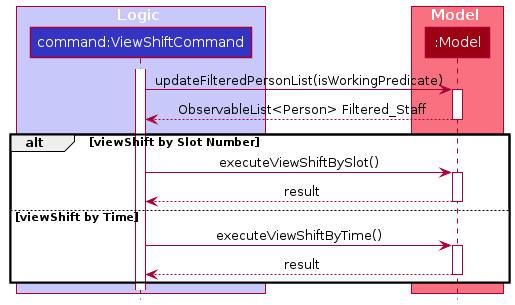
The PlantUML diagram docs/images/viewShiftCommand/ViewShiftCommandExecutionSequenceDiagram.png in nus-cs2103-AY2122S1/tp, before a commit. The source it was exported from:
```plantuml
@startuml
!include style.puml

box Logic LOGIC_COLOR_T1

participant "command:ViewShiftCommand" as ViewShiftCommand LOGIC_COLOR

end box

box Model MODEL_COLOR_T1
participant ":Model" as Model MODEL_COLOR
end box


activate ViewShiftCommand


ViewShiftCommand -> Model : updateFilteredPersonList(isWorkingPredicate)
activate Model
Model --> ViewShiftCommand : ObservableList<Person> Filtered_Staff
deactivate Model

alt viewShift by Slot Number
    ViewShiftCommand -> Model : executeViewShiftBySlot()
    activate Model
    Model --> ViewShiftCommand : result
    deactivate Model

else  viewShift by Time
    ViewShiftCommand -> Model : executeViewShiftByTime()
    activate Model
    Model --> ViewShiftCommand : result
    deactivate Model
end

deactivate Model
@enduml
```
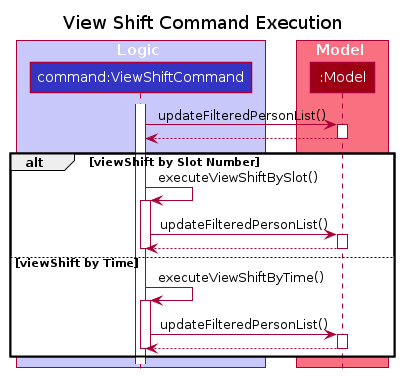
After the change.

Change to the diagram source:
```diff
@@ -1,5 +1,8 @@
 @startuml
 !include style.puml
+
+
+Title View Shift Command Execution
 
 box Logic LOGIC_COLOR_T1
 
@@ -15,23 +18,31 @@
 activate ViewShiftCommand
 
 
-ViewShiftCommand -> Model : updateFilteredPersonList(isWorkingPredicate)
+ViewShiftCommand -> Model : updateFilteredPersonList()
 activate Model
-Model --> ViewShiftCommand : ObservableList<Person> Filtered_Staff
+Model --> ViewShiftCommand
 deactivate Model
 
 alt viewShift by Slot Number
-    ViewShiftCommand -> Model : executeViewShiftBySlot()
+    ViewShiftCommand -> ViewShiftCommand : executeViewShiftBySlot()
+    activate ViewShiftCommand
+    ViewShiftCommand -> Model : updateFilteredPersonList()
     activate Model
-    Model --> ViewShiftCommand : result
+    Model --> ViewShiftCommand
+    deactivate Model
+    deactivate ViewShiftCommand
+
+else  viewShift by Time
+    ViewShiftCommand -> ViewShiftCommand : executeViewShiftByTime()
+    activate ViewShiftCommand
+    ViewShiftCommand -> Model : updateFilteredPersonList()
+    activate Model
+    Model --> ViewShiftCommand
     deactivate Model
 
-else  viewShift by Time
-    ViewShiftCommand -> Model : executeViewShiftByTime()
-    activate Model
-    Model --> ViewShiftCommand : result
-    deactivate Model
+    deactivate ViewShiftCommand
 end
+
 
 deactivate Model
 @enduml
```
